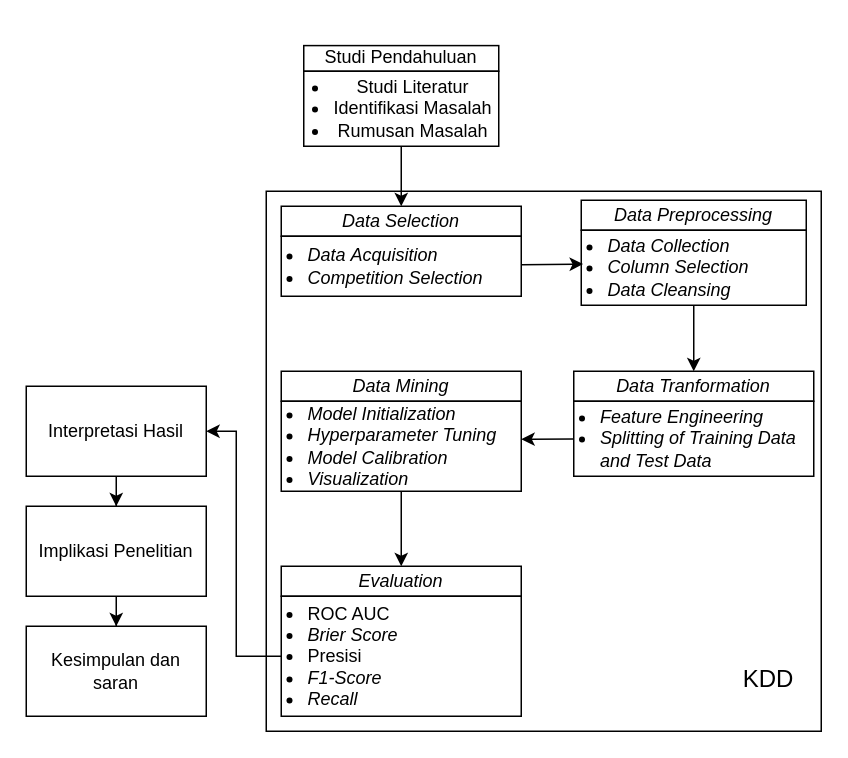
This is diagrams/Tahapan Penelitian.drawio from fadhilra101/skripsi, a draw.io file, before an edit. Source tidied: cells renumbered, new cells numbered last; positions are measured from the earlier drawing's top-left corner, leaving out a move shared by most shapes. Both pictures are drawn from the tidied source at 150%, with x=0, y=0 at pixel (26, 26).
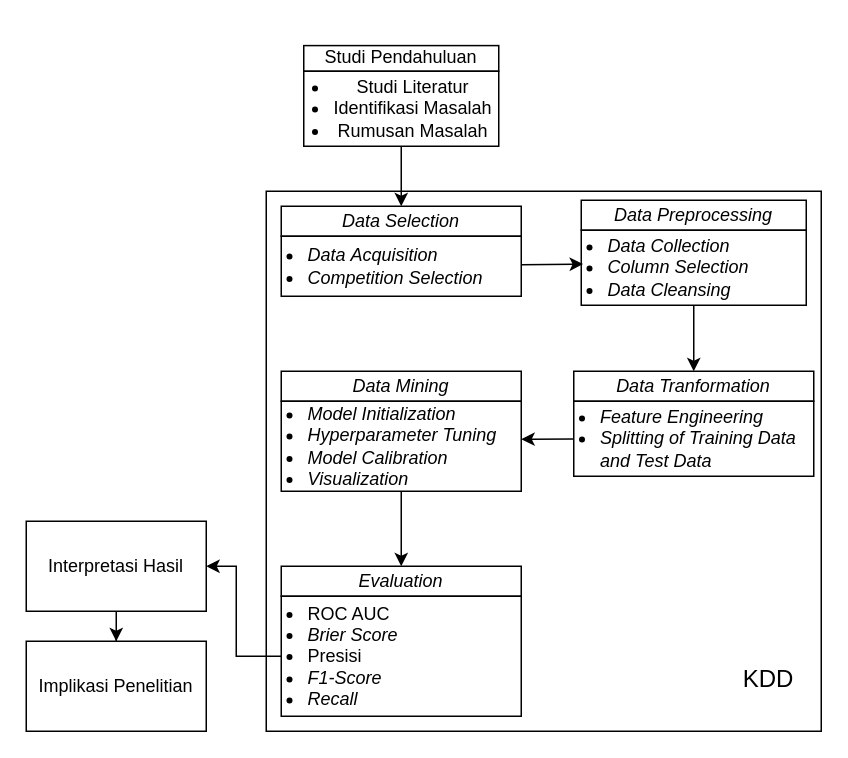
Above is the later version.

The change refers to these unchanged cells:
```xml
<mxCell id="29" value="&lt;ul style=&quot;padding-left: 16px;&quot;&gt;&lt;li&gt;ROC AUC&lt;/li&gt;&lt;li&gt;&lt;i&gt;Brier Score&lt;/i&gt;&lt;/li&gt;&lt;li&gt;&lt;span style=&quot;&quot;&gt;Presisi&lt;/span&gt;&lt;/li&gt;&lt;li&gt;&lt;span style=&quot;&quot;&gt;&lt;i&gt;F1-Score&lt;/i&gt;&lt;/span&gt;&lt;/li&gt;&lt;li&gt;&lt;span style=&quot;&quot;&gt;&lt;i&gt;Recall&lt;/i&gt;&lt;/span&gt;&lt;/li&gt;&lt;/ul&gt;" style="rounded=0;whiteSpace=wrap;html=1;fillColor=none;align=left;verticalAlign=middle;labelPosition=center;verticalLabelPosition=middle;" parent="27" vertex="1">
  <mxGeometry y="20" width="160" height="80" as="geometry" />
</mxCell>
```

What changed in the source:
```diff
@@
     <mxCell id="3" style="edgeStyle=orthogonalEdgeStyle;rounded=0;jettySize=auto;html=1;entryX=1;entryY=0.5;entryDx=0;entryDy=0;" parent="1" edge="1" source="29" target="8">
       <mxGeometry relative="1" as="geometry">
         <Array as="points">
           <mxPoint x="140" y="420" />
-          <mxPoint x="140" y="270" />
+          <mxPoint x="140" y="360" />
         </Array>
       </mxGeometry>
     </mxCell>
@@
     <mxCell id="8" value="Interpretasi Hasil" style="rounded=0;whiteSpace=wrap;html=1;fillColor=none;" parent="1" vertex="1">
-      <mxGeometry y="240" width="120" height="60" as="geometry" />
+      <mxGeometry y="330" width="120" height="60" as="geometry" />
     </mxCell>
-    <mxCell id="9" style="edgeStyle=orthogonalEdgeStyle;rounded=0;jettySize=auto;html=1;" parent="1" edge="1" source="10" target="14">
-      <mxGeometry relative="1" as="geometry" />
-    </mxCell>
     <mxCell id="10" value="Implikasi Penelitian" style="rounded=0;whiteSpace=wrap;html=1;fillColor=none;" parent="1" vertex="1">
-      <mxGeometry y="320" width="120" height="60" as="geometry" />
+      <mxGeometry y="410" width="120" height="60" as="geometry" />
     </mxCell>
@@
-    <mxCell id="14" value="Kesimpulan dan saran" style="rounded=0;whiteSpace=wrap;html=1;fillColor=none;" parent="1" vertex="1">
-      <mxGeometry y="400" width="120" height="60" as="geometry" />
-    </mxCell>
```
